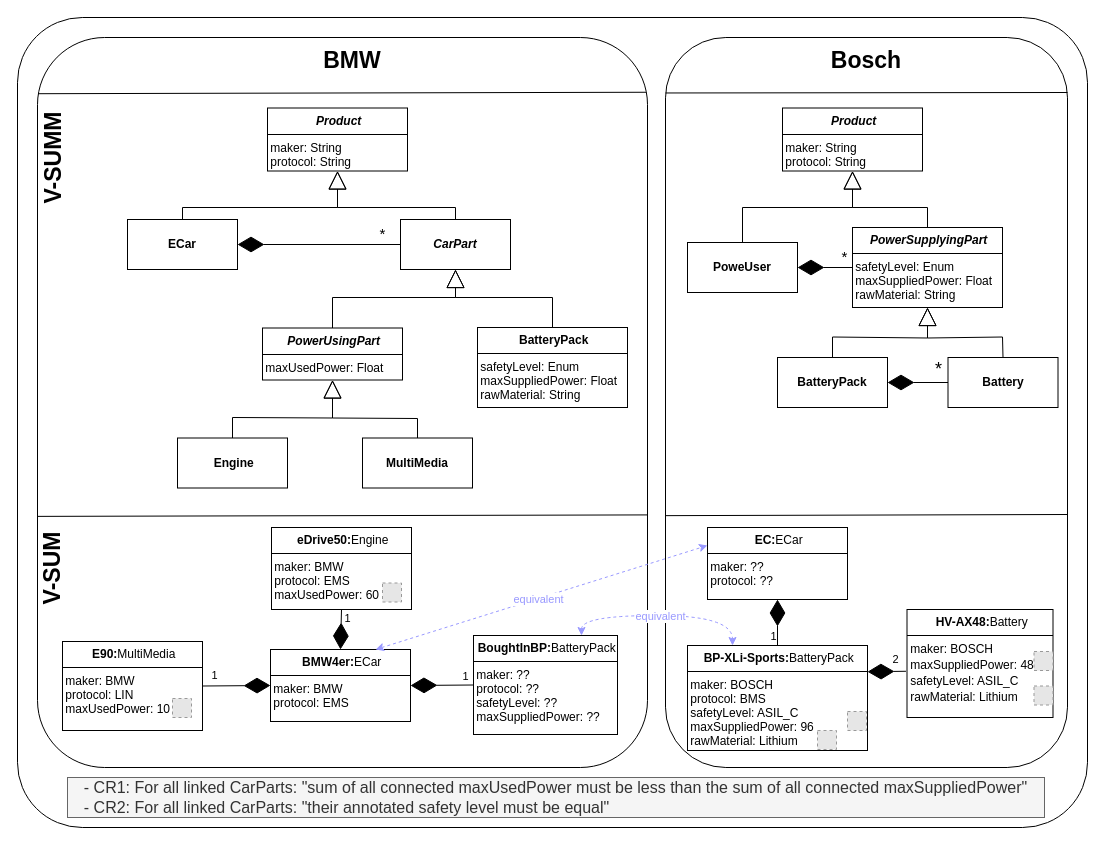
Before: B01-MVE-Poster.drawio in Mohammad-Si/convide-B01-MVE, a draw.io diagram. Source tidied: cells renumbered, new cells numbered last; positions are measured from the earlier drawing's top-left corner, leaving out a move shared by most shapes. Both pictures are drawn from the tidied source at 100%, with x=0, y=0 at pixel (17, 17). Pictures stored in the file or linked from it are replaced by grey dashed boxes.
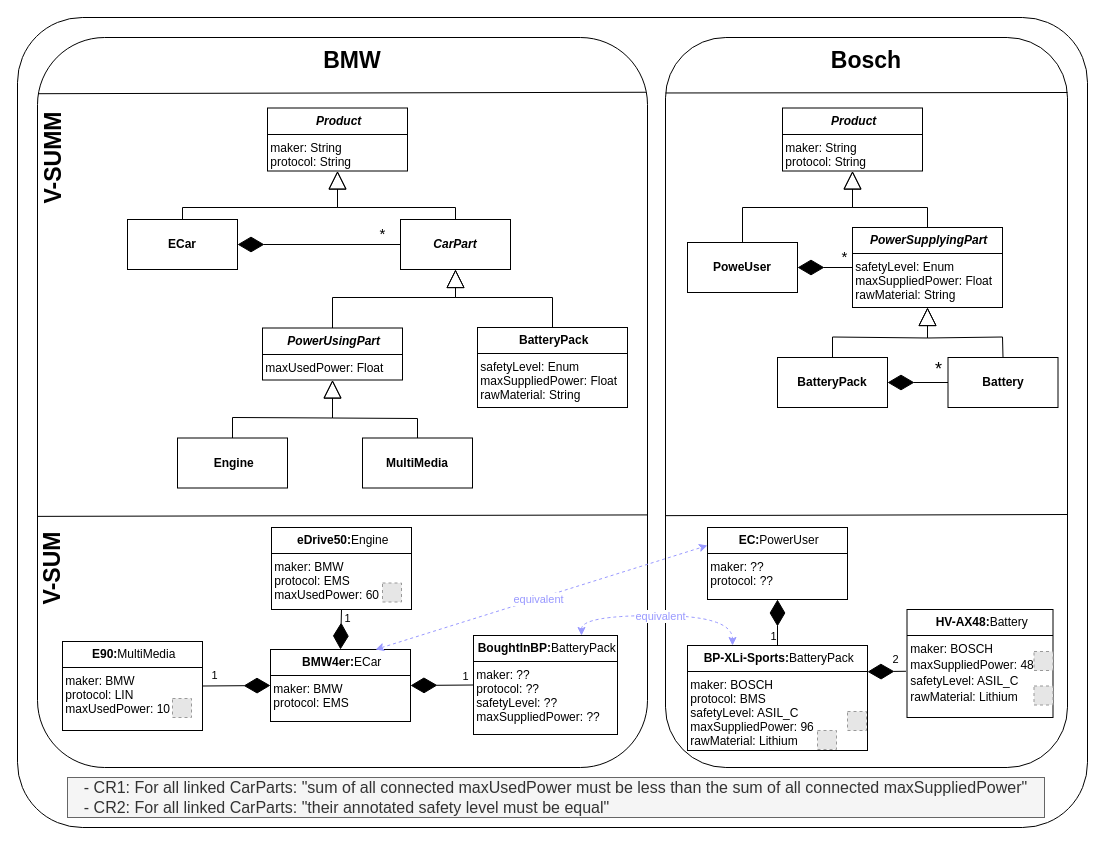
The same page after the edit.

Diff of the diagram source:
```diff
@@
-    <mxCell id="34" value="&lt;p style=&quot;margin:0px;margin-top:4px;text-align:center;&quot;&gt;&lt;/p&gt;&lt;div style=&quot;height:2px;&quot;&gt;&lt;/div&gt;&lt;div style=&quot;text-align: center;&quot;&gt;&lt;span style=&quot;font-weight: 700; background-color: initial;&quot;&gt;&lt;i&gt;&amp;nbsp;&lt;/i&gt;EC&lt;/span&gt;&lt;span style=&quot;background-color: initial;&quot;&gt;&lt;b&gt;:&lt;/b&gt;ECar&lt;/span&gt;&lt;/div&gt;&lt;hr size=&quot;1&quot; style=&quot;border-style:solid;&quot;&gt;&lt;div style=&quot;height:2px;&quot;&gt;&lt;div style=&quot;height: 2px;&quot;&gt;&amp;nbsp;&lt;span style=&quot;background-color: initial;&quot;&gt;maker: ??&lt;/span&gt;&lt;/div&gt;&lt;div style=&quot;height: 2px;&quot;&gt;&lt;div style=&quot;height: 2px;&quot;&gt;&lt;br&gt;&lt;/div&gt;&lt;div style=&quot;height: 2px;&quot;&gt;&lt;br&gt;&lt;/div&gt;&lt;div style=&quot;height: 2px;&quot;&gt;&lt;br&gt;&lt;/div&gt;&lt;div style=&quot;height: 2px;&quot;&gt;&lt;br&gt;&lt;/div&gt;&lt;div style=&quot;height: 2px;&quot;&gt;&lt;br&gt;&lt;/div&gt;&lt;div style=&quot;height: 2px;&quot;&gt;&lt;br&gt;&lt;/div&gt;&lt;div style=&quot;height: 2px;&quot;&gt;&amp;nbsp;protocol: ??&lt;/div&gt;&lt;/div&gt;&lt;div style=&quot;height: 2px;&quot;&gt;&lt;br&gt;&lt;/div&gt;&lt;div style=&quot;height: 2px;&quot;&gt;&lt;br&gt;&lt;/div&gt;&lt;div style=&quot;height: 2px;&quot;&gt;&lt;br&gt;&lt;/div&gt;&lt;div style=&quot;height: 2px;&quot;&gt;&lt;br&gt;&lt;/div&gt;&lt;div style=&quot;height: 2px;&quot;&gt;&lt;br&gt;&lt;/div&gt;&lt;div style=&quot;height: 2px;&quot;&gt;&lt;br&gt;&lt;/div&gt;&lt;div style=&quot;height: 2px;&quot;&gt;&lt;br&gt;&lt;/div&gt;&lt;div style=&quot;height: 2px;&quot;&gt;&lt;br&gt;&lt;/div&gt;&lt;div style=&quot;height: 2px;&quot;&gt;&lt;br&gt;&lt;/div&gt;&lt;div style=&quot;height: 2px;&quot;&gt;&lt;br&gt;&lt;/div&gt;&lt;/div&gt;" style="verticalAlign=top;align=left;overflow=fill;html=1;whiteSpace=wrap;" parent="1" vertex="1">
+    <mxCell id="34" value="&lt;p style=&quot;margin:0px;margin-top:4px;text-align:center;&quot;&gt;&lt;/p&gt;&lt;div style=&quot;height:2px;&quot;&gt;&lt;/div&gt;&lt;div style=&quot;text-align: center;&quot;&gt;&lt;span style=&quot;font-weight: 700; background-color: initial;&quot;&gt;&lt;i&gt;&amp;nbsp;&lt;/i&gt;EC&lt;/span&gt;&lt;span style=&quot;background-color: initial;&quot;&gt;&lt;b&gt;:&lt;/b&gt;PowerUser&lt;/span&gt;&lt;/div&gt;&lt;hr size=&quot;1&quot; style=&quot;border-style:solid;&quot;&gt;&lt;div style=&quot;height:2px;&quot;&gt;&lt;div style=&quot;height: 2px;&quot;&gt;&amp;nbsp;&lt;span style=&quot;background-color: initial;&quot;&gt;maker: ??&lt;/span&gt;&lt;/div&gt;&lt;div style=&quot;height: 2px;&quot;&gt;&lt;div style=&quot;height: 2px;&quot;&gt;&lt;br&gt;&lt;/div&gt;&lt;div style=&quot;height: 2px;&quot;&gt;&lt;br&gt;&lt;/div&gt;&lt;div style=&quot;height: 2px;&quot;&gt;&lt;br&gt;&lt;/div&gt;&lt;div style=&quot;height: 2px;&quot;&gt;&lt;br&gt;&lt;/div&gt;&lt;div style=&quot;height: 2px;&quot;&gt;&lt;br&gt;&lt;/div&gt;&lt;div style=&quot;height: 2px;&quot;&gt;&lt;br&gt;&lt;/div&gt;&lt;div style=&quot;height: 2px;&quot;&gt;&amp;nbsp;protocol: ??&lt;/div&gt;&lt;/div&gt;&lt;div style=&quot;height: 2px;&quot;&gt;&lt;br&gt;&lt;/div&gt;&lt;div style=&quot;height: 2px;&quot;&gt;&lt;br&gt;&lt;/div&gt;&lt;div style=&quot;height: 2px;&quot;&gt;&lt;br&gt;&lt;/div&gt;&lt;div style=&quot;height: 2px;&quot;&gt;&lt;br&gt;&lt;/div&gt;&lt;div style=&quot;height: 2px;&quot;&gt;&lt;br&gt;&lt;/div&gt;&lt;div style=&quot;height: 2px;&quot;&gt;&lt;br&gt;&lt;/div&gt;&lt;div style=&quot;height: 2px;&quot;&gt;&lt;br&gt;&lt;/div&gt;&lt;div style=&quot;height: 2px;&quot;&gt;&lt;br&gt;&lt;/div&gt;&lt;div style=&quot;height: 2px;&quot;&gt;&lt;br&gt;&lt;/div&gt;&lt;div style=&quot;height: 2px;&quot;&gt;&lt;br&gt;&lt;/div&gt;&lt;/div&gt;" style="verticalAlign=top;align=left;overflow=fill;html=1;whiteSpace=wrap;" parent="1" vertex="1">
       <mxGeometry x="690" y="510" width="140" height="72" as="geometry" />
     </mxCell>
```
